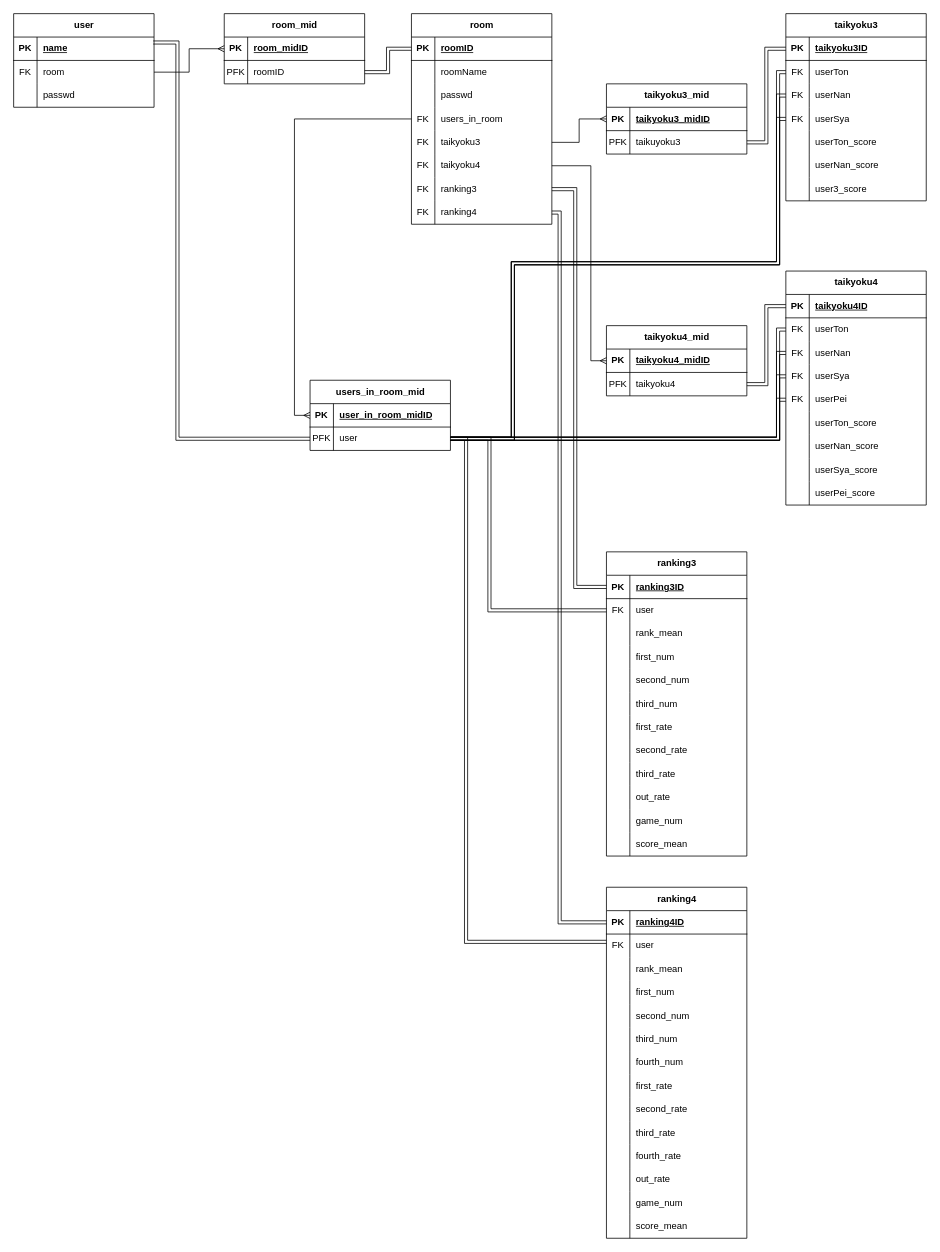
The draw.io diagram PungPals_ER.drawio in kechigon/PungPals, before the edit. Source tidied: cells renumbered, new cells numbered last; positions are measured from the earlier drawing's top-left corner, leaving out a move shared by most shapes. Both pictures are drawn from the tidied source at 78%, with x=0, y=0 at pixel (13, 13).
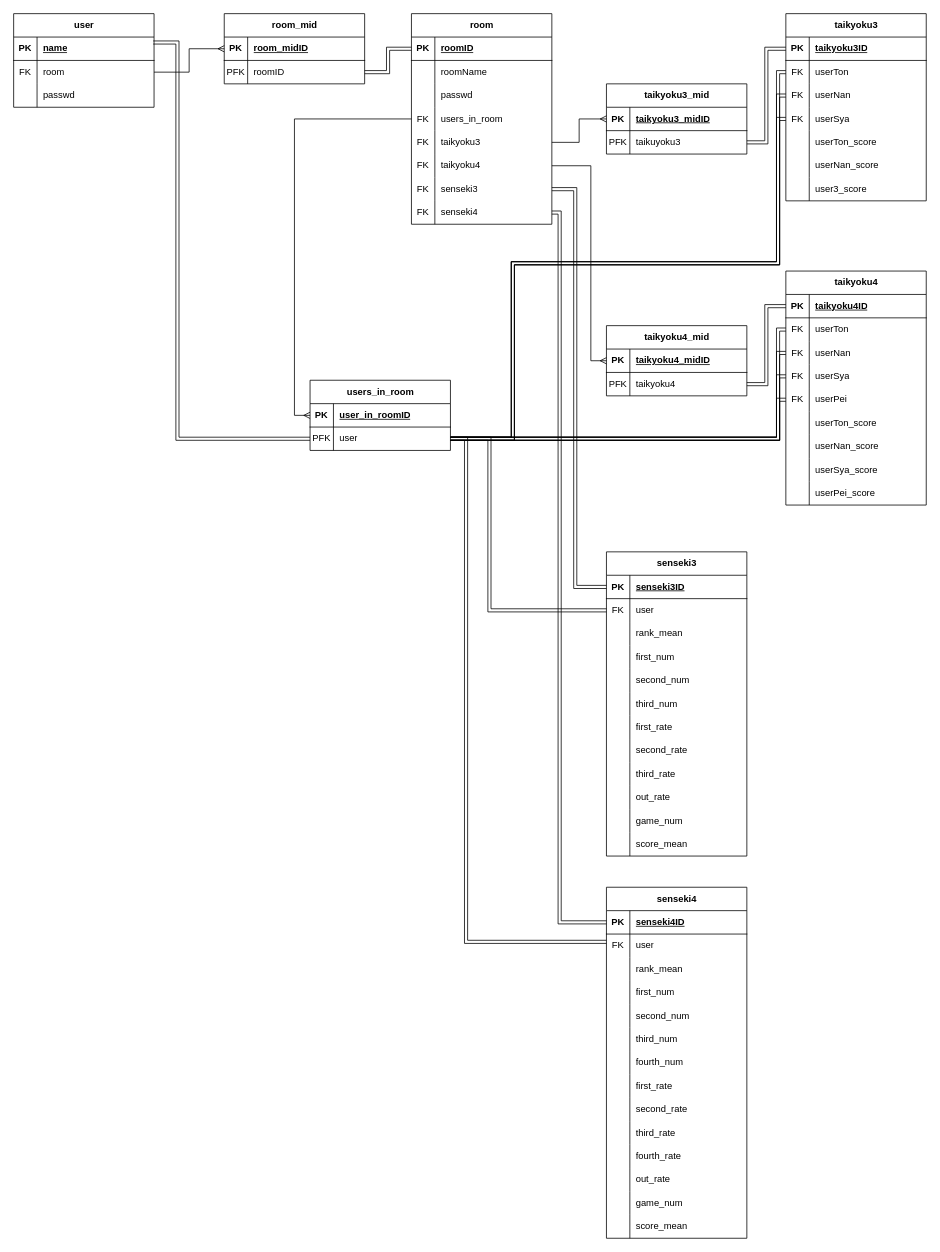
The same page after the edit.

Commit message:
PungPals_ER.drawio を更新します

The change refers to these unchanged cells:
```xml
<mxCell id="21" style="shape=tableRow;horizontal=0;startSize=0;swimlaneHead=0;swimlaneBody=0;fillColor=none;points=[[0,0.5],[1,0.5]];portConstraint=eastwest;top=0;left=0;right=0;bottom=0;" parent="2" vertex="1">
  <mxGeometry y="210" width="180" height="30" as="geometry" />
</mxCell>
<mxCell id="24" style="shape=tableRow;horizontal=0;startSize=0;swimlaneHead=0;swimlaneBody=0;fillColor=none;points=[[0,0.5],[1,0.5]];portConstraint=eastwest;top=0;left=0;right=0;bottom=0;" parent="2" vertex="1">
  <mxGeometry y="240" width="180" height="30" as="geometry" />
</mxCell>
<mxCell id="28" style="shape=tableRow;horizontal=0;startSize=0;swimlaneHead=0;swimlaneBody=0;fillColor=none;points=[[0,0.5],[1,0.5]];portConstraint=eastwest;top=0;left=0;right=0;bottom=1;" parent="27" vertex="1">
  <mxGeometry y="30" width="180" height="30" as="geometry" />
</mxCell>
<mxCell id="99" style="shape=tableRow;horizontal=0;startSize=0;swimlaneHead=0;swimlaneBody=0;fillColor=none;points=[[0,0.5],[1,0.5]];portConstraint=eastwest;top=0;left=0;right=0;bottom=1;" parent="98" vertex="1">
  <mxGeometry y="30" width="180" height="30" as="geometry" />
</mxCell>
<mxCell id="136" style="shape=tableRow;horizontal=0;startSize=0;swimlaneHead=0;swimlaneBody=0;fillColor=none;points=[[0,0.5],[1,0.5]];portConstraint=eastwest;top=0;left=0;right=0;bottom=1;" parent="135" vertex="1">
  <mxGeometry y="30" width="180" height="30" as="geometry" />
</mxCell>
```

The edit, as a diff of the source:
```diff
@@
-    <mxCell id="23" value="ranking3" style="shape=partialRectangle;fillColor=none;top=0;left=0;bottom=0;right=0;align=left;spacingLeft=6;overflow=hidden;whiteSpace=wrap;html=1;" parent="21" vertex="1">
+    <mxCell id="23" value="senseki3" style="shape=partialRectangle;fillColor=none;top=0;left=0;bottom=0;right=0;align=left;spacingLeft=6;overflow=hidden;whiteSpace=wrap;html=1;" parent="21" vertex="1">
       <mxGeometry x="30" width="150" height="30" as="geometry" />
     </mxCell>
@@
-    <mxCell id="26" value="ranking4" style="shape=partialRectangle;fillColor=none;top=0;left=0;bottom=0;right=0;align=left;spacingLeft=6;overflow=hidden;whiteSpace=wrap;html=1;" parent="24" vertex="1">
+    <mxCell id="26" value="senseki4" style="shape=partialRectangle;fillColor=none;top=0;left=0;bottom=0;right=0;align=left;spacingLeft=6;overflow=hidden;whiteSpace=wrap;html=1;" parent="24" vertex="1">
       <mxGeometry x="30" width="150" height="30" as="geometry" />
     </mxCell>
-    <mxCell id="27" value="users_in_room_mid" style="shape=table;startSize=30;childLayout=tableLayout;rowLines=0;fontStyle=1;align=center;html=1;" parent="1" vertex="1">
+    <mxCell id="27" value="users_in_room" style="shape=table;startSize=30;childLayout=tableLayout;rowLines=0;fontStyle=1;align=center;html=1;" parent="1" vertex="1">
       <mxGeometry x="380" y="470" width="180" height="90" as="geometry" />
     </mxCell>
@@
-    <mxCell id="30" value="user_in_room_midID" style="shape=partialRectangle;fillColor=none;top=0;left=0;bottom=0;right=0;align=left;spacingLeft=6;fontStyle=5;overflow=hidden;whiteSpace=wrap;html=1;" parent="28" vertex="1">
+    <mxCell id="30" value="user_in_roomID" style="shape=partialRectangle;fillColor=none;top=0;left=0;bottom=0;right=0;align=left;spacingLeft=6;fontStyle=5;overflow=hidden;whiteSpace=wrap;html=1;" parent="28" vertex="1">
       <mxGeometry x="30" width="150" height="30" as="geometry" />
     </mxCell>
@@
-    <mxCell id="98" value="ranking3" style="shape=table;startSize=30;childLayout=tableLayout;rowLines=0;fontStyle=1;align=center;html=1;" parent="1" vertex="1">
+    <mxCell id="98" value="senseki3" style="shape=table;startSize=30;childLayout=tableLayout;rowLines=0;fontStyle=1;align=center;html=1;" parent="1" vertex="1">
       <mxGeometry x="760" y="690" width="180" height="390" as="geometry" />
     </mxCell>
@@
-    <mxCell id="101" value="ranking3ID" style="shape=partialRectangle;fillColor=none;top=0;left=0;bottom=0;right=0;align=left;spacingLeft=6;fontStyle=5;overflow=hidden;whiteSpace=wrap;html=1;" parent="99" vertex="1">
+    <mxCell id="101" value="senseki3ID" style="shape=partialRectangle;fillColor=none;top=0;left=0;bottom=0;right=0;align=left;spacingLeft=6;fontStyle=5;overflow=hidden;whiteSpace=wrap;html=1;" parent="99" vertex="1">
       <mxGeometry x="30" width="150" height="30" as="geometry" />
     </mxCell>
@@
-    <mxCell id="135" value="ranking4" style="shape=table;startSize=30;childLayout=tableLayout;rowLines=0;fontStyle=1;align=center;html=1;" parent="1" vertex="1">
+    <mxCell id="135" value="senseki4" style="shape=table;startSize=30;childLayout=tableLayout;rowLines=0;fontStyle=1;align=center;html=1;" parent="1" vertex="1">
       <mxGeometry x="760" y="1120" width="180" height="450" as="geometry" />
     </mxCell>
@@
-    <mxCell id="138" value="ranking4ID" style="shape=partialRectangle;fillColor=none;top=0;left=0;bottom=0;right=0;align=left;spacingLeft=6;fontStyle=5;overflow=hidden;whiteSpace=wrap;html=1;" parent="136" vertex="1">
+    <mxCell id="138" value="senseki4ID" style="shape=partialRectangle;fillColor=none;top=0;left=0;bottom=0;right=0;align=left;spacingLeft=6;fontStyle=5;overflow=hidden;whiteSpace=wrap;html=1;" parent="136" vertex="1">
       <mxGeometry x="30" width="150" height="30" as="geometry" />
     </mxCell>
```
